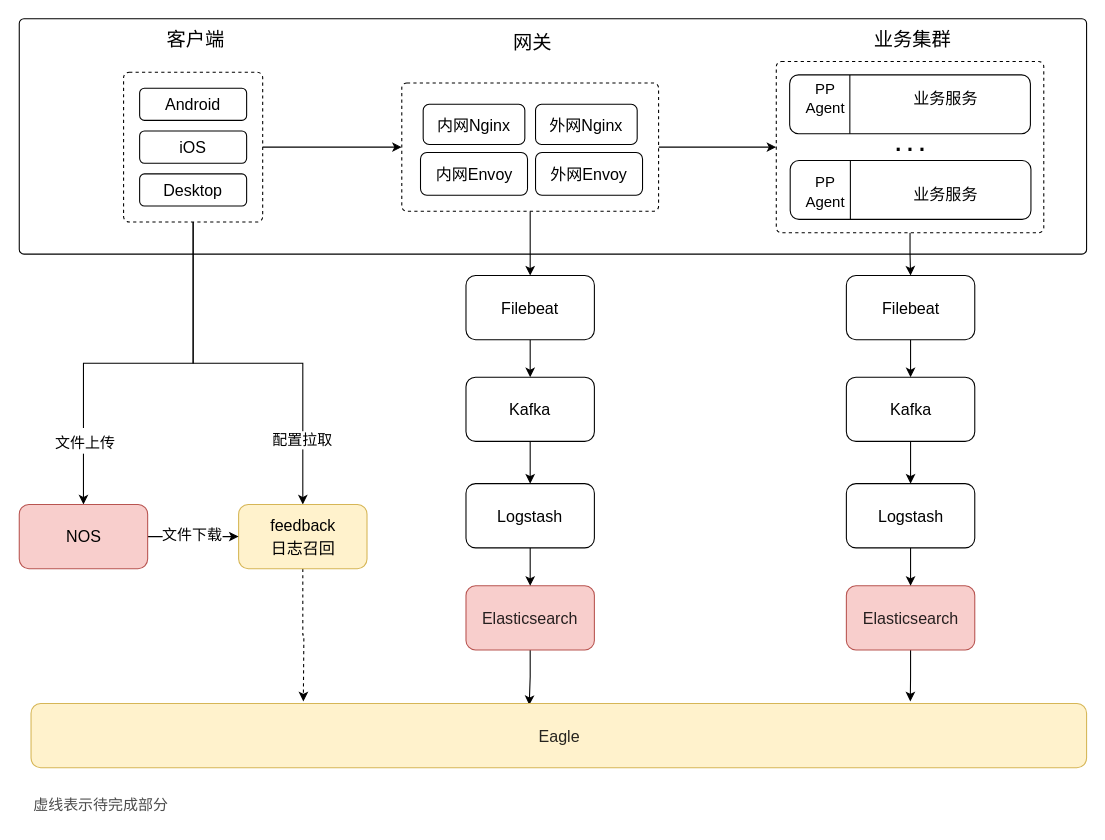
The draw.io diagram page "全链路日志" (3 of 11) of Untitled Diagram.drawio in maxuewen/draw.io, before the edit. Source tidied: cells renumbered, new cells numbered last; positions are measured from the earlier drawing's top-left corner, leaving out a move shared by most shapes. Both pictures are drawn from the tidied source at 107%, with x=0, y=0 at pixel (18, 18).
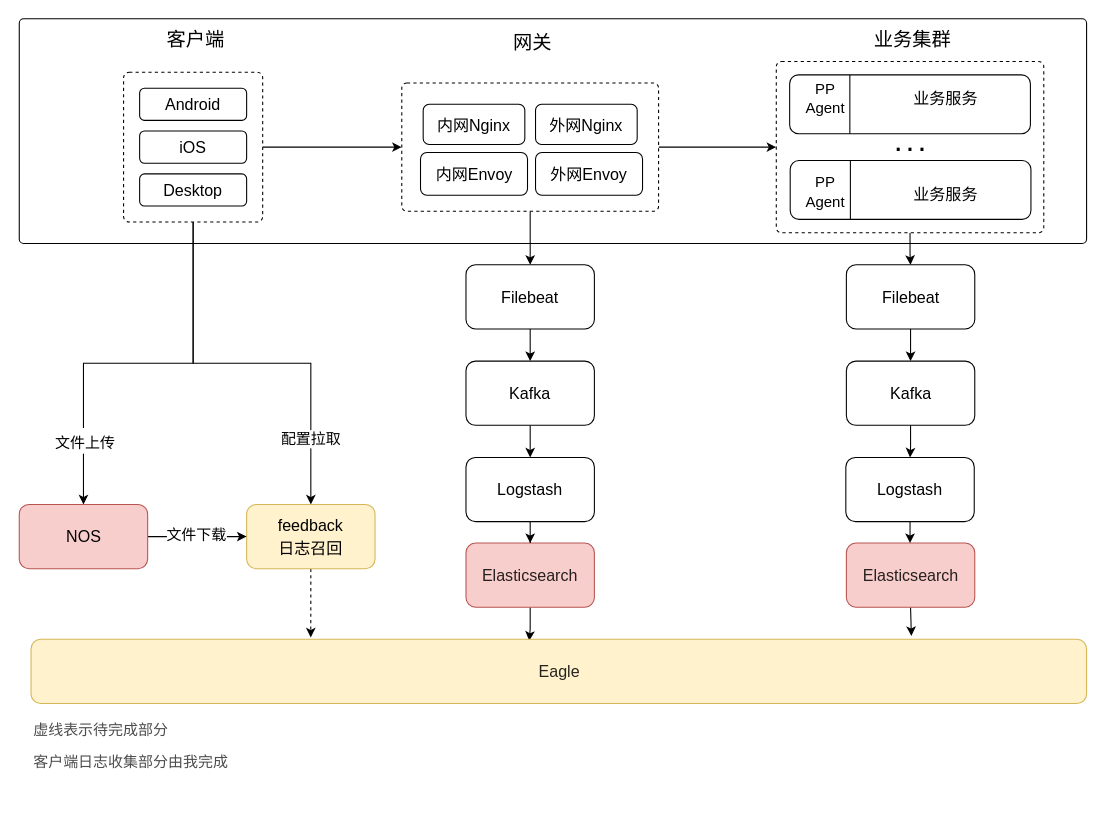
The same diagram, later.

Change to the diagram source:
```diff
@@
     <mxCell id="2" style="rounded=1;whiteSpace=wrap;html=1;fontSize=15;arcSize=2;" parent="1" vertex="1">
-      <mxGeometry x="0.5" width="997.5" height="220" as="geometry" />
+      <mxGeometry x="0.5" width="997.5" height="210" as="geometry" />
     </mxCell>
@@
-    <mxCell id="22" style="edgeStyle=orthogonalEdgeStyle;rounded=0;jettySize=auto;html=1;fontSize=14;fontColor=#000000;dashed=1;" parent="1" edge="1" source="23">
-      <mxGeometry relative="1" as="geometry">
-        <mxPoint x="266" y="638" as="targetPoint" />
-      </mxGeometry>
+    <mxCell id="22" style="edgeStyle=orthogonalEdgeStyle;rounded=0;jettySize=auto;html=1;fontSize=14;fontColor=#000000;dashed=1;entryX=0.265;entryY=-0.029;entryDx=0;entryDy=0;entryPerimeter=0;" parent="1" edge="1" source="23" target="53">
+      <mxGeometry relative="1" as="geometry" />
     </mxCell>
     <mxCell id="23" value="&lt;font style=&quot;font-size: 15px;&quot;&gt;feedback&lt;br&gt;日志召回&lt;br&gt;&lt;/font&gt;" style="rounded=1;whiteSpace=wrap;html=1;labelBackgroundColor=none;fontSize=18;fillColor=#fff2cc;strokeColor=#d6b656;" parent="1" vertex="1">
-      <mxGeometry x="205.5" y="454" width="120" height="60" as="geometry" />
+      <mxGeometry x="213" y="454" width="120" height="60" as="geometry" />
     </mxCell>
@@
     <mxCell id="28" value="&lt;font style=&quot;font-size: 15px;&quot;&gt;Filebeat&lt;/font&gt;" style="rounded=1;whiteSpace=wrap;html=1;labelBackgroundColor=none;fontSize=18;" parent="1" vertex="1">
-      <mxGeometry x="418" y="240" width="120" height="60" as="geometry" />
+      <mxGeometry x="418" y="230" width="120" height="60" as="geometry" />
     </mxCell>
@@
     <mxCell id="30" value="&lt;font style=&quot;font-size: 15px;&quot;&gt;Kafka&lt;/font&gt;" style="rounded=1;whiteSpace=wrap;html=1;labelBackgroundColor=none;fontSize=18;" parent="1" vertex="1">
-      <mxGeometry x="418" y="335" width="120" height="60" as="geometry" />
+      <mxGeometry x="418" y="320" width="120" height="60" as="geometry" />
     </mxCell>
@@
     <mxCell id="32" value="&lt;span style=&quot;color: rgba(0, 0, 0, 0.85); font-family: &amp;quot;苹方-简,sans-serif&amp;quot;; text-align: start;&quot;&gt;&lt;font style=&quot;font-size: 15px;&quot;&gt;Elasticsearch&lt;/font&gt;&lt;/span&gt;" style="rounded=1;whiteSpace=wrap;html=1;labelBackgroundColor=none;fontSize=18;verticalAlign=middle;fillColor=#f8cecc;strokeColor=#b85450;" parent="1" vertex="1">
-      <mxGeometry x="418" y="530" width="120" height="60" as="geometry" />
+      <mxGeometry x="418" y="490" width="120" height="60" as="geometry" />
     </mxCell>
@@
     <mxCell id="34" value="&lt;font style=&quot;font-size: 15px;&quot;&gt;Logstash&lt;/font&gt;" style="rounded=1;whiteSpace=wrap;html=1;labelBackgroundColor=none;fontSize=18;" parent="1" vertex="1">
-      <mxGeometry x="418" y="434.5" width="120" height="60" as="geometry" />
+      <mxGeometry x="418" y="410" width="120" height="60" as="geometry" />
     </mxCell>
@@
     <mxCell id="46" value="&lt;font style=&quot;font-size: 15px;&quot;&gt;Filebeat&lt;/font&gt;" style="rounded=1;whiteSpace=wrap;html=1;labelBackgroundColor=none;fontSize=18;" parent="1" vertex="1">
-      <mxGeometry x="773.5" y="240" width="120" height="60" as="geometry" />
+      <mxGeometry x="773.5" y="230" width="120" height="60" as="geometry" />
     </mxCell>
@@
     <mxCell id="48" value="&lt;font style=&quot;font-size: 15px;&quot;&gt;Kafka&lt;/font&gt;" style="rounded=1;whiteSpace=wrap;html=1;labelBackgroundColor=none;fontSize=18;" parent="1" vertex="1">
-      <mxGeometry x="773.5" y="335" width="120" height="60" as="geometry" />
+      <mxGeometry x="773.5" y="320" width="120" height="60" as="geometry" />
     </mxCell>
-    <mxCell id="49" style="edgeStyle=orthogonalEdgeStyle;rounded=0;jettySize=auto;html=1;entryX=0.833;entryY=-0.033;entryDx=0;entryDy=0;entryPerimeter=0;strokeWidth=1;" parent="1" edge="1" source="50" target="53">
+    <mxCell id="49" style="edgeStyle=orthogonalEdgeStyle;rounded=0;sketch=0;jumpStyle=arc;jumpSize=10;jettySize=auto;html=1;exitX=0.5;exitY=1;exitDx=0;exitDy=0;entryX=0.834;entryY=-0.052;entryDx=0;entryDy=0;entryPerimeter=0;shadow=0;fontSize=14;fontColor=#333333;startArrow=none;startFill=0;endArrow=classic;endFill=1;strokeColor=#000000;strokeWidth=1;" parent="1" edge="1" source="50" target="53">
       <mxGeometry relative="1" as="geometry" />
     </mxCell>
     <mxCell id="50" value="&lt;span style=&quot;color: rgba(0, 0, 0, 0.85); font-family: &amp;quot;苹方-简,sans-serif&amp;quot;; text-align: start;&quot;&gt;&lt;font style=&quot;font-size: 15px;&quot;&gt;Elasticsearch &lt;/font&gt;&lt;/span&gt;" style="rounded=1;whiteSpace=wrap;html=1;labelBackgroundColor=none;fontSize=18;fillColor=#f8cecc;strokeColor=#b85450;" parent="1" vertex="1">
-      <mxGeometry x="773.5" y="530" width="120" height="60" as="geometry" />
+      <mxGeometry x="773.5" y="490" width="120" height="60" as="geometry" />
     </mxCell>
@@
     <mxCell id="52" value="&lt;font style=&quot;font-size: 15px;&quot;&gt;Logstash&lt;/font&gt;" style="rounded=1;whiteSpace=wrap;html=1;labelBackgroundColor=none;fontSize=18;" parent="1" vertex="1">
-      <mxGeometry x="773.5" y="434.5" width="120" height="60" as="geometry" />
+      <mxGeometry x="773" y="410" width="120" height="60" as="geometry" />
     </mxCell>
     <mxCell id="53" value="&lt;span style=&quot;color: rgba(0, 0, 0, 0.85); font-family: &amp;quot;苹方-简,sans-serif&amp;quot;; text-align: start;&quot;&gt;&lt;font style=&quot;font-size: 15px;&quot;&gt;Eagle&lt;/font&gt;&lt;/span&gt;" style="rounded=1;whiteSpace=wrap;html=1;labelBackgroundColor=none;fontSize=18;verticalAlign=middle;fillColor=#fff2cc;strokeColor=#d6b656;" parent="1" vertex="1">
-      <mxGeometry x="11.5" y="640" width="986.5" height="60" as="geometry" />
+      <mxGeometry x="11.5" y="580" width="986.5" height="60" as="geometry" />
     </mxCell>
     <mxCell id="54" value="&lt;font color=&quot;#4d4d4d&quot; style=&quot;font-size: 14px;&quot;&gt;虚线表示待完成部分&lt;/font&gt;" style="text;html=1;align=left;verticalAlign=middle;strokeColor=none;fillColor=none;fontSize=14;fontColor=#000000;" parent="1" vertex="1">
-      <mxGeometry x="11.5" y="720" width="150" height="30" as="geometry" />
+      <mxGeometry x="11.5" y="650" width="150" height="30" as="geometry" />
     </mxCell>
@@
+    <mxCell id="56" value="&lt;font color=&quot;#4d4d4d&quot;&gt;客户端日志收集部分由我完成&lt;/font&gt;" style="text;html=1;align=left;verticalAlign=middle;strokeColor=none;fillColor=none;fontSize=14;fontColor=#000000;" parent="1" vertex="1">
+      <mxGeometry x="11.5" y="680" width="210" height="30" as="geometry" />
+    </mxCell>
```
